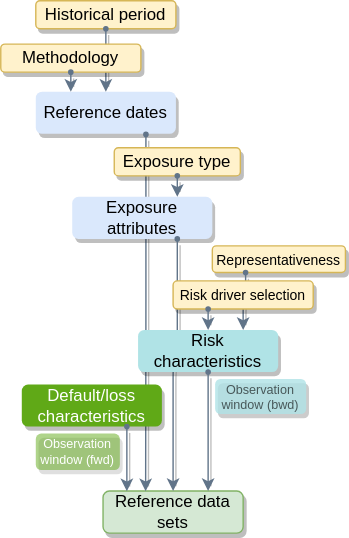
Before: media/reference_data_set.drawio.svg, a diagram exported from draw.io (bergberg/eduquant-courses). Source tidied: cells renumbered, new cells last; positions are measured from the earlier drawing's top-left corner, leaving out a move shared by most shapes.
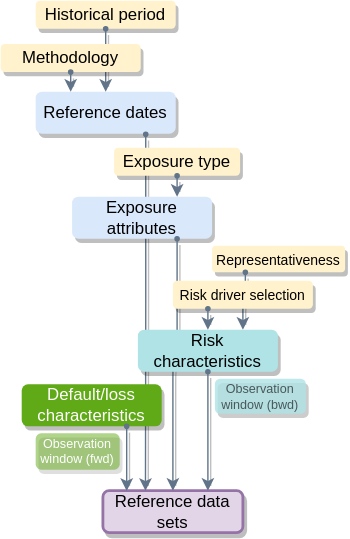
Above is the later version.

Change to the diagram source:
```diff
@@ -5,10 +5,10 @@
     <mxCell id="2" value="Reference dates" style="whiteSpace=wrap;html=1;shadow=1;fontFamily=Helvetica;fontStyle=0;strokeColor=none;fillColor=#dae8fc;spacing=0;spacingTop=0;spacingLeft=4;spacingRight=4;rounded=1;glass=0;enumerate=0;imageHeight=24;" parent="1" vertex="1">
       <mxGeometry x="25" y="65" width="100" height="30" as="geometry" />
     </mxCell>
-    <mxCell id="3" value="Reference data sets" style="whiteSpace=wrap;html=1;shadow=1;fontFamily=Helvetica;fontStyle=0;strokeColor=#82b366;fillColor=#d5e8d4;spacing=0;spacingTop=0;spacingLeft=4;spacingRight=4;rounded=1;glass=0;enumerate=0;imageHeight=24;snapToPoint=1;" parent="1" vertex="1">
+    <mxCell id="3" value="Reference data sets" style="whiteSpace=wrap;html=1;shadow=1;fontFamily=Helvetica;fontStyle=0;strokeColor=#9673a6;fillColor=#e1d5e7;spacing=0;spacingTop=0;spacingLeft=4;spacingRight=4;rounded=1;glass=0;enumerate=0;imageHeight=24;snapToPoint=1;strokeWidth=2;" parent="1" vertex="1">
       <mxGeometry x="73" y="350" width="100" height="30" as="geometry" />
     </mxCell>
-    <mxCell id="4" value="Historical period" style="whiteSpace=wrap;html=1;shadow=1;fontFamily=Helvetica;fontStyle=0;strokeColor=#d6b656;fillColor=#fff2cc;spacing=0;spacingTop=0;spacingLeft=4;spacingRight=4;rounded=1;glass=0;enumerate=0;imageHeight=24;" parent="1" vertex="1">
+    <mxCell id="4" value="Historical period" style="whiteSpace=wrap;html=1;shadow=1;fontFamily=Helvetica;fontStyle=0;strokeColor=none;fillColor=#fff2cc;spacing=0;spacingTop=0;spacingLeft=4;spacingRight=4;rounded=1;glass=0;enumerate=0;imageHeight=24;" parent="1" vertex="1">
       <mxGeometry x="25" width="100" height="20" as="geometry" />
     </mxCell>
     <mxCell id="5" value="Observation window (bwd)" style="whiteSpace=wrap;html=1;shadow=1;fontFamily=Helvetica;fontStyle=0;strokeColor=none;fillColor=#b0e3e6;spacing=0;spacingTop=0;spacingLeft=4;spacingRight=4;rounded=1;glass=0;enumerate=0;imageHeight=24;fontColor=default;opacity=80;fontSize=9;textOpacity=60;" parent="1" vertex="1">
@@ -17,7 +17,7 @@
     <mxCell id="6" value="Observation window (fwd)" style="whiteSpace=wrap;html=1;shadow=1;fontFamily=Helvetica;fontStyle=0;strokeColor=none;fillColor=#60a917;spacing=-4;spacingTop=0;spacingLeft=4;spacingRight=4;rounded=1;glass=0;enumerate=0;imageHeight=24;fontColor=#ffffff;opacity=50;fontSize=9;" parent="1" vertex="1">
       <mxGeometry x="25" y="309" width="60" height="26" as="geometry" />
     </mxCell>
-    <mxCell id="7" value="Representativeness" style="whiteSpace=wrap;html=1;shadow=1;fontFamily=Helvetica;fontStyle=0;strokeColor=#d6b656;fillColor=#fff2cc;spacing=0;spacingTop=0;spacingLeft=4;spacingRight=4;rounded=1;glass=0;enumerate=0;imageHeight=24;fontSize=10;" parent="1" vertex="1">
+    <mxCell id="7" value="Representativeness" style="whiteSpace=wrap;html=1;shadow=1;fontFamily=Helvetica;fontStyle=0;strokeColor=none;fillColor=#fff2cc;spacing=0;spacingTop=0;spacingLeft=4;spacingRight=4;rounded=1;glass=0;enumerate=0;imageHeight=24;fontSize=10;" parent="1" vertex="1">
       <mxGeometry x="151" y="175" width="95" height="19" as="geometry" />
     </mxCell>
     <mxCell id="8" style="edgeStyle=orthogonalEdgeStyle;html=1;labelBackgroundColor=none;fontSize=12;strokeColor=#617489;fontColor=none;comic=0;shadow=1;startArrow=oval;startFill=1;endFill=1;startSize=3;strokeWidth=1;entryX=0.5;entryY=0;entryDx=0;entryDy=0;exitX=0.5;exitY=1;exitDx=0;exitDy=0;" parent="1" edge="1" source="4" target="2">
@@ -32,10 +32,10 @@
     <mxCell id="11" value="Exposure&lt;br style=&quot;font-size: 12px&quot;&gt;&amp;nbsp;attributes" style="whiteSpace=wrap;html=1;shadow=1;fontFamily=Helvetica;fontStyle=0;strokeColor=none;fillColor=#dae8fc;spacing=0;spacingTop=0;spacingLeft=4;spacingRight=4;rounded=1;glass=0;enumerate=0;imageHeight=24;fontSize=12;" parent="1" vertex="1">
       <mxGeometry x="51" y="140" width="100" height="30" as="geometry" />
     </mxCell>
-    <mxCell id="12" value="Exposure type" style="whiteSpace=wrap;html=1;shadow=1;fontFamily=Helvetica;fontStyle=0;strokeColor=#d6b656;fillColor=#fff2cc;spacing=0;spacingTop=0;spacingLeft=4;spacingRight=4;rounded=1;glass=0;enumerate=0;imageHeight=24;" parent="1" vertex="1">
+    <mxCell id="12" value="Exposure type" style="whiteSpace=wrap;html=1;shadow=1;fontFamily=Helvetica;fontStyle=0;strokeColor=none;fillColor=#fff2cc;spacing=0;spacingTop=0;spacingLeft=4;spacingRight=4;rounded=1;glass=0;enumerate=0;imageHeight=24;" parent="1" vertex="1">
       <mxGeometry x="81" y="105" width="90" height="20" as="geometry" />
     </mxCell>
-    <mxCell id="13" value="Methodology" style="whiteSpace=wrap;html=1;shadow=1;fontFamily=Helvetica;fontStyle=0;strokeColor=#d6b656;fillColor=#fff2cc;spacing=0;spacingTop=0;spacingLeft=4;spacingRight=4;rounded=1;glass=0;enumerate=0;imageHeight=24;" parent="1" vertex="1">
+    <mxCell id="13" value="Methodology" style="whiteSpace=wrap;html=1;shadow=1;fontFamily=Helvetica;fontStyle=0;strokeColor=none;fillColor=#fff2cc;spacing=0;spacingTop=0;spacingLeft=4;spacingRight=4;rounded=1;glass=0;enumerate=0;imageHeight=24;" parent="1" vertex="1">
       <mxGeometry y="31" width="100" height="20" as="geometry" />
     </mxCell>
     <mxCell id="14" style="edgeStyle=orthogonalEdgeStyle;shape=connector;rounded=1;comic=0;html=1;entryX=0.25;entryY=0;entryDx=0;entryDy=0;shadow=1;labelBackgroundColor=none;fontFamily=Helvetica;fontSize=12;fontColor=none;startArrow=oval;startFill=1;endArrow=classic;endFill=1;startSize=3;strokeColor=#617489;strokeWidth=1;exitX=0.5;exitY=1;exitDx=0;exitDy=0;" parent="1" edge="1" source="13" target="2">
@@ -53,7 +53,7 @@
     <mxCell id="18" style="edgeStyle=orthogonalEdgeStyle;html=1;entryX=0.75;entryY=0;entryDx=0;entryDy=0;labelBackgroundColor=none;fontSize=12;strokeColor=#617489;fontColor=none;comic=0;shadow=1;startArrow=oval;startFill=1;endFill=1;startSize=3;strokeWidth=1;exitX=0.5;exitY=1;exitDx=0;exitDy=0;" parent="1" edge="1" source="17" target="3">
       <mxGeometry relative="1" as="geometry" />
     </mxCell>
-    <mxCell id="19" value="Risk driver selection" style="whiteSpace=wrap;html=1;shadow=1;fontFamily=Helvetica;fontStyle=0;strokeColor=#d6b656;fillColor=#fff2cc;spacing=0;spacingTop=0;spacingLeft=4;spacingRight=4;rounded=1;glass=0;enumerate=0;imageHeight=24;fontSize=10;" parent="1" vertex="1">
+    <mxCell id="19" value="Risk driver selection" style="whiteSpace=wrap;html=1;shadow=1;fontFamily=Helvetica;fontStyle=0;strokeColor=none;fillColor=#fff2cc;spacing=0;spacingTop=0;spacingLeft=4;spacingRight=4;rounded=1;glass=0;enumerate=0;imageHeight=24;fontSize=10;" parent="1" vertex="1">
       <mxGeometry x="123" y="200" width="100" height="20" as="geometry" />
     </mxCell>
     <mxCell id="20" style="edgeStyle=orthogonalEdgeStyle;shape=connector;rounded=1;comic=0;html=1;entryX=0.5;entryY=0;entryDx=0;entryDy=0;shadow=1;labelBackgroundColor=none;fontFamily=Helvetica;fontSize=10;fontColor=none;startArrow=oval;startFill=1;endArrow=classic;endFill=1;startSize=3;strokeColor=#617489;strokeWidth=1;exitX=0.25;exitY=1;exitDx=0;exitDy=0;" parent="1" edge="1" source="19" target="17">
```
